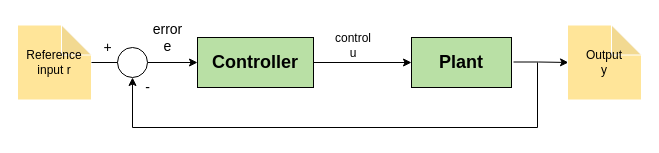
The draw.io diagram clcs.drawio in ciniks117/diagrams, before the edit. Source tidied: cells renumbered, new cells numbered last; positions are measured from the earlier drawing's top-left corner, leaving out a move shared by most shapes. Both pictures are drawn from the tidied source at 100%, with x=0, y=0 at pixel (17, 17).
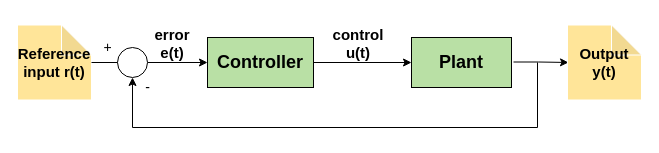
Above is the later version.

What changed in the source:
```diff
@@
     <mxCell id="3" value="&lt;font style=&quot;font-size: 18px&quot;&gt;&lt;b&gt;Controller&lt;/b&gt;&lt;/font&gt;" style="rounded=0;whiteSpace=wrap;html=1;fillColor=#B9E0A5;" parent="1" vertex="1">
-      <mxGeometry x="180" y="20" width="116" height="50" as="geometry" />
+      <mxGeometry x="190" y="20" width="106" height="50" as="geometry" />
     </mxCell>
@@
-    <mxCell id="5" value="&lt;div&gt;Reference&lt;/div&gt;&lt;div&gt;input r&lt;br&gt;&lt;/div&gt;" style="shape=note;whiteSpace=wrap;html=1;backgroundOutline=1;darkOpacity=0.05;fillColor=#FFE599;strokeColor=#FFFFFF;" parent="1" vertex="1">
+    <mxCell id="5" value="&lt;div style=&quot;font-size: 15px;&quot;&gt;&lt;b&gt;&lt;font style=&quot;font-size: 15px;&quot;&gt;Reference&lt;/font&gt;&lt;/b&gt;&lt;/div&gt;&lt;div style=&quot;font-size: 15px;&quot;&gt;&lt;b&gt;&lt;font style=&quot;font-size: 15px;&quot;&gt;&lt;font style=&quot;font-size: 15px;&quot;&gt;input r&lt;/font&gt;&lt;font style=&quot;font-size: 15px;&quot;&gt;(t)&lt;br&gt;&lt;/font&gt;&lt;/font&gt;&lt;/b&gt;&lt;/div&gt;" style="shape=note;whiteSpace=wrap;html=1;backgroundOutline=1;darkOpacity=0.05;fillColor=#FFE599;strokeColor=#FFFFFF;" parent="1" vertex="1">
       <mxGeometry y="7.5" width="74" height="75" as="geometry" />
     </mxCell>
-    <mxCell id="6" value="&lt;div&gt;control &lt;br&gt;&lt;/div&gt;&lt;div&gt;u&lt;br&gt;&lt;/div&gt;" style="text;html=1;strokeColor=none;fillColor=none;align=center;verticalAlign=middle;whiteSpace=wrap;rounded=0;" parent="1" vertex="1">
-      <mxGeometry x="316" y="17.5" width="40" height="20" as="geometry" />
+    <mxCell id="6" value="&lt;div style=&quot;font-size: 15px;&quot;&gt;&lt;b&gt;&lt;font style=&quot;font-size: 15px;&quot;&gt;control &lt;br&gt;&lt;/font&gt;&lt;/b&gt;&lt;/div&gt;&lt;div style=&quot;font-size: 15px;&quot;&gt;&lt;b&gt;&lt;font style=&quot;font-size: 15px;&quot;&gt;u(t)&lt;/font&gt;&lt;/b&gt;&lt;/div&gt;" style="text;html=1;strokeColor=none;fillColor=none;align=center;verticalAlign=middle;whiteSpace=wrap;rounded=0;" parent="1" vertex="1">
+      <mxGeometry x="296" y="2.5" width="90" height="47.5" as="geometry" />
     </mxCell>
@@
-    <mxCell id="9" value="&lt;div&gt;Output&lt;/div&gt;&lt;div&gt;y&lt;br&gt;&lt;/div&gt;" style="shape=note;whiteSpace=wrap;html=1;backgroundOutline=1;darkOpacity=0.05;fillColor=#FFE599;strokeColor=#FFFFFF;" parent="1" vertex="1">
+    <mxCell id="9" value="&lt;div style=&quot;font-size: 15px;&quot;&gt;&lt;b&gt;&lt;font style=&quot;font-size: 15px;&quot;&gt;Output&lt;/font&gt;&lt;/b&gt;&lt;/div&gt;&lt;div style=&quot;font-size: 15px;&quot;&gt;&lt;b&gt;&lt;font style=&quot;font-size: 15px;&quot;&gt;&lt;font style=&quot;font-size: 15px;&quot;&gt;y&lt;/font&gt;&lt;font style=&quot;font-size: 15px;&quot;&gt;(t)&lt;br&gt;&lt;/font&gt;&lt;/font&gt;&lt;/b&gt;&lt;/div&gt;" style="shape=note;whiteSpace=wrap;html=1;backgroundOutline=1;darkOpacity=0.05;fillColor=#FFE599;strokeColor=#FFFFFF;" parent="1" vertex="1">
       <mxGeometry x="550" y="7.5" width="74" height="75" as="geometry" />
     </mxCell>
@@
-    <mxCell id="13" value="&lt;div&gt;error&lt;/div&gt;&lt;div&gt;e&lt;br&gt;&lt;/div&gt;" style="text;html=1;align=center;verticalAlign=middle;strokeColor=none;fillColor=none;fontSize=14;" parent="1" vertex="1">
-      <mxGeometry x="130" width="40" height="40" as="geometry" />
-    </mxCell>
@@
+    <mxCell id="16" value="&lt;div style=&quot;font-size: 15px;&quot;&gt;&lt;b&gt;&lt;font style=&quot;font-size: 15px;&quot;&gt;error&lt;/font&gt;&lt;/b&gt;&lt;/div&gt;&lt;div style=&quot;font-size: 15px;&quot;&gt;&lt;b&gt;&lt;font style=&quot;font-size: 15px;&quot;&gt;&lt;font style=&quot;font-size: 15px;&quot;&gt;e(t)&lt;/font&gt;&lt;font style=&quot;font-size: 15px;&quot;&gt;&lt;br&gt;&lt;/font&gt;&lt;/font&gt;&lt;/b&gt;&lt;/div&gt;" style="text;html=1;strokeColor=none;fillColor=none;align=center;verticalAlign=middle;whiteSpace=wrap;rounded=0;" parent="1" vertex="1">
+      <mxGeometry x="110" y="2.5" width="90" height="47.5" as="geometry" />
+    </mxCell>
```
